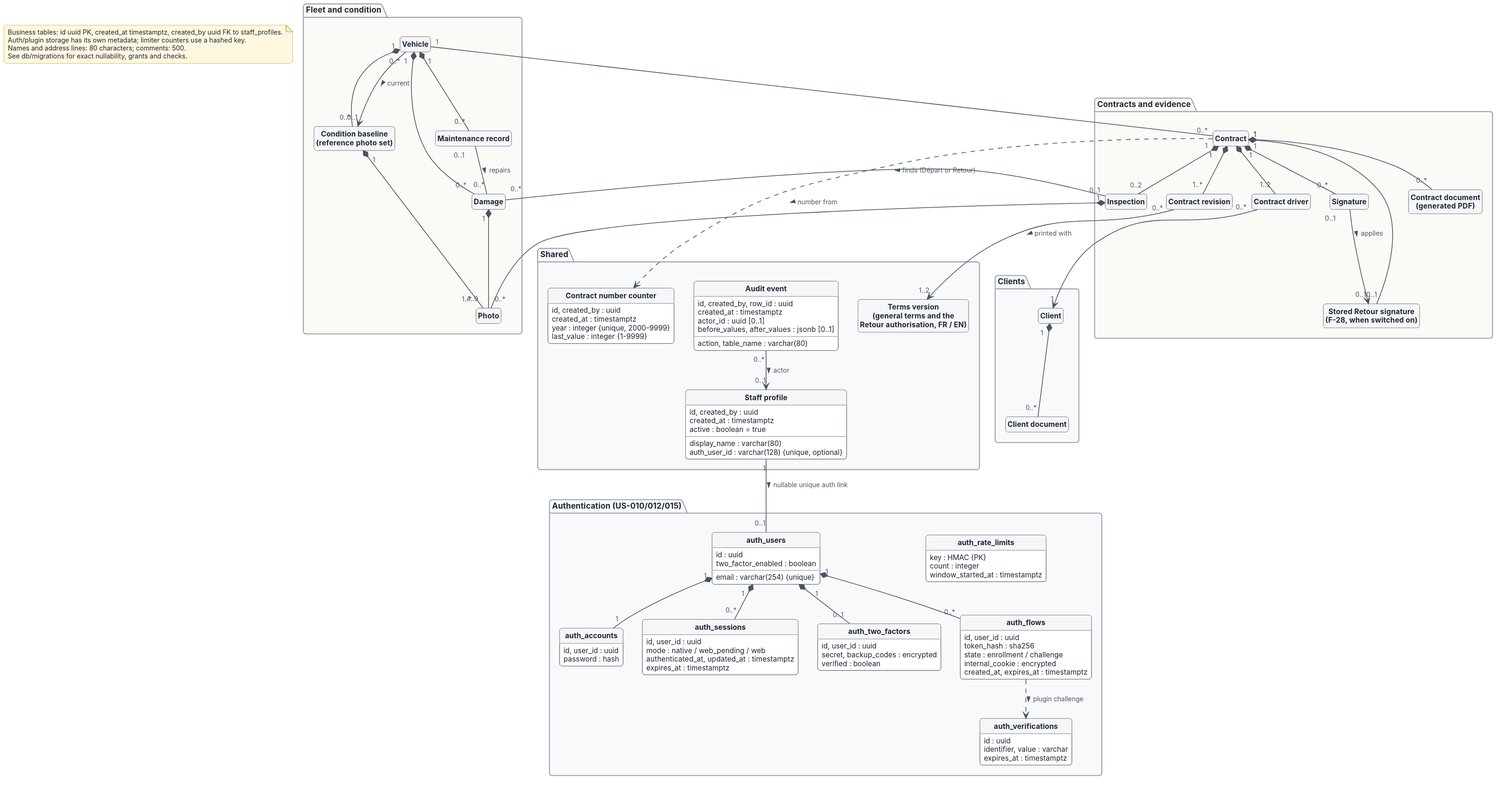
This is docs/architecture/svg/05-data-overview.svg from ColJurten/mccarriviera-staff-app, a PlantUML export, as it was before one commit.
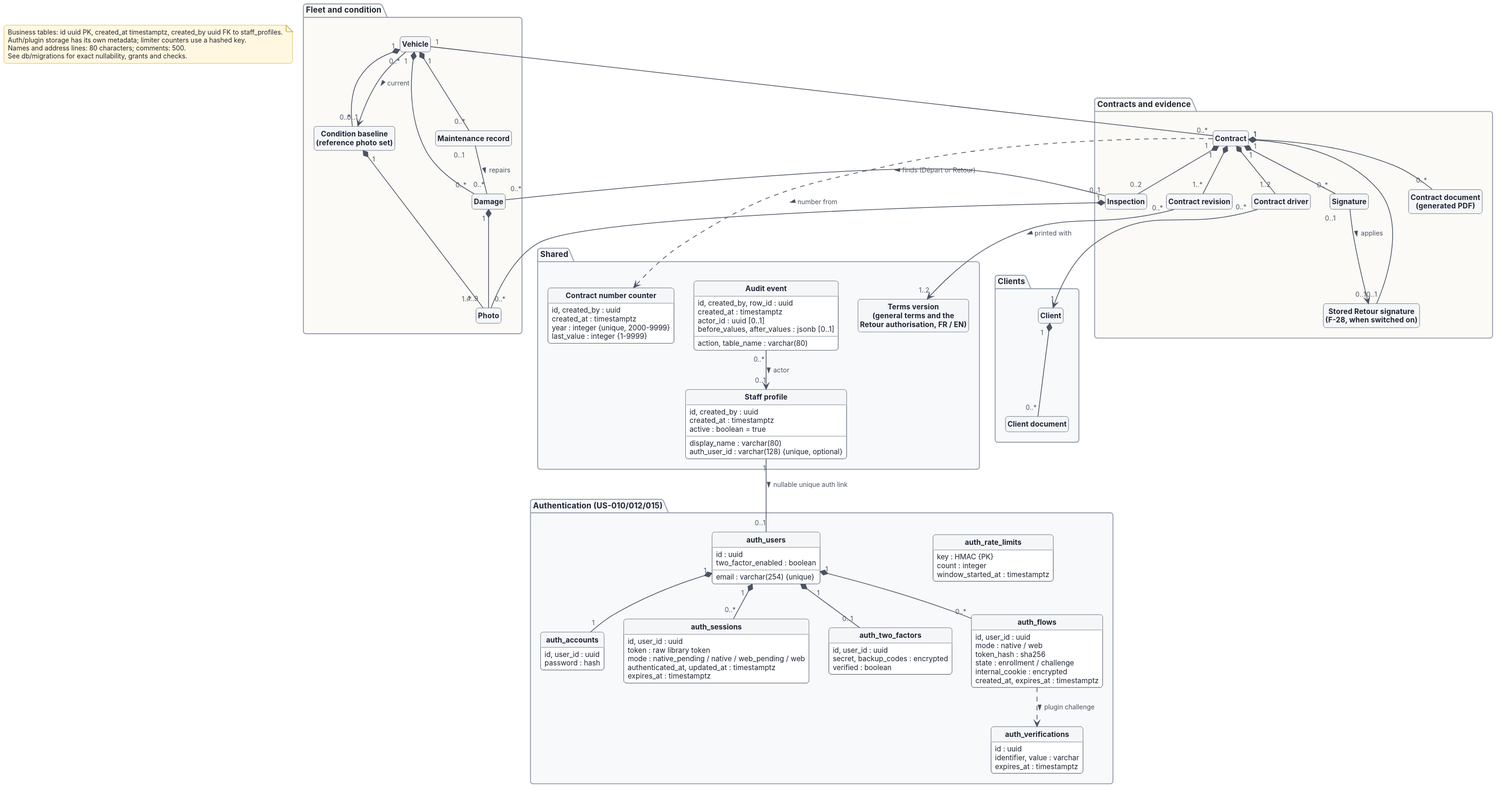
After the change.

The edit, as a diff of the source:
```diff
@@ -64,7 +64,8 @@
   }
   class AuthSession as "auth_sessions" {
     id, user_id : uuid
-    mode : native / web_pending / web
+    token : raw library token
+    mode : native_pending / native / web_pending / web
     authenticated_at, updated_at : timestamptz
     expires_at : timestamptz
   }
@@ -75,6 +76,7 @@
   }
   class AuthFlow as "auth_flows" {
     id, user_id : uuid
+    mode : native / web
     token_hash : sha256
     state : enrollment / challenge
     internal_cookie : encrypted
```
